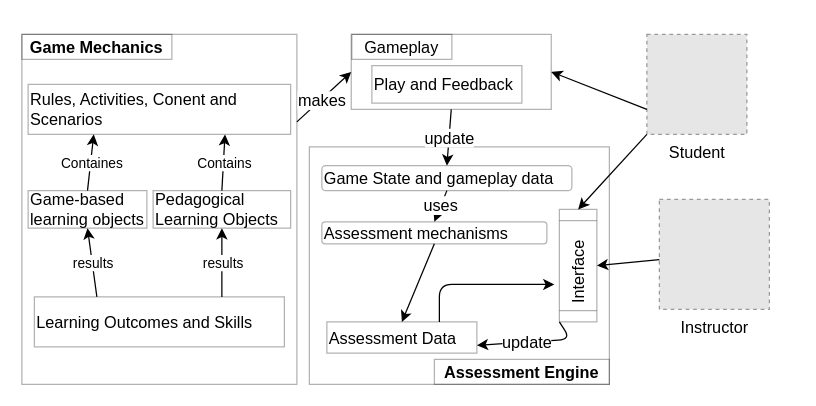
Before: page "LASGD" (4 of 5) of TheModel.drawio in Kibolabs/Diagrams, a draw.io diagram. Source tidied: cells renumbered, new cells numbered last; positions are measured from the earlier drawing's top-left corner, leaving out a move shared by most shapes. Both pictures are drawn from the tidied source at 125%, with x=0, y=0 at pixel (21, 34). Pictures stored in the file or linked from it are replaced by grey dashed boxes.
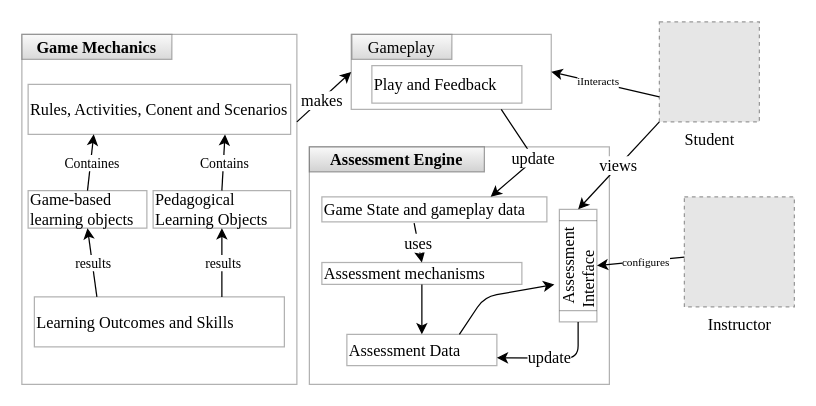
After the change.

The edit, as a diff of the source:
```diff
@@
-    <mxCell id="2" style="rounded=0;whiteSpace=wrap;html=1;fontSize=13;strokeWidth=1;fillColor=none;align=left;opacity=30;" parent="1" vertex="1">
+    <mxCell id="2" style="rounded=0;whiteSpace=wrap;html=1;fontSize=13;strokeWidth=1;fillColor=none;align=left;opacity=30;fontFamily=Times New Roman;" parent="1" vertex="1">
       <mxGeometry x="263.5" width="160" height="60" as="geometry" />
     </mxCell>
-    <mxCell id="3" style="rounded=0;whiteSpace=wrap;html=1;fontSize=13;strokeWidth=1;fillColor=none;align=left;opacity=30;" parent="1" vertex="1">
+    <mxCell id="3" style="rounded=0;whiteSpace=wrap;html=1;fontSize=13;strokeWidth=1;fillColor=none;align=left;opacity=30;fontFamily=Times New Roman;" parent="1" vertex="1">
       <mxGeometry x="230" y="90" width="240" height="190" as="geometry" />
     </mxCell>
-    <mxCell id="4" style="rounded=0;whiteSpace=wrap;html=1;fontSize=13;strokeWidth=1;align=left;opacity=30;fillColor=none;" parent="1" vertex="1">
+    <mxCell id="4" style="rounded=0;whiteSpace=wrap;html=1;fontSize=13;strokeWidth=1;align=left;opacity=30;fillColor=none;fontFamily=Times New Roman;" parent="1" vertex="1">
       <mxGeometry width="220" height="280" as="geometry" />
     </mxCell>
-    <mxCell id="5" value="Game Mechanics" style="text;html=1;fillColor=none;align=center;verticalAlign=middle;whiteSpace=wrap;rounded=0;fontSize=13;opacity=30;fontStyle=1;strokeColor=#000000;" parent="1" vertex="1">
+    <mxCell id="5" value="Game Mechanics" style="text;html=1;align=center;verticalAlign=middle;whiteSpace=wrap;rounded=0;fontSize=13;opacity=50;fontStyle=1;strokeColor=#666666;fontFamily=Times New Roman;fillColor=#f5f5f5;gradientColor=#b3b3b3;" parent="1" vertex="1">
       <mxGeometry width="120" height="20" as="geometry" />
     </mxCell>
-    <mxCell id="6" value="Rules, Activities, Conent and Scenarios" style="rounded=0;whiteSpace=wrap;html=1;fontSize=13;strokeWidth=1;fillColor=none;align=left;opacity=30;" parent="1" vertex="1">
+    <mxCell id="6" value="Rules, Activities, Conent and Scenarios" style="rounded=0;whiteSpace=wrap;html=1;fontSize=13;strokeWidth=1;fillColor=none;align=left;opacity=30;fontFamily=Times New Roman;" parent="1" vertex="1">
       <mxGeometry x="5" y="40" width="210" height="40" as="geometry" />
     </mxCell>
-    <mxCell id="7" value="Game-based learning objects" style="rounded=0;whiteSpace=wrap;html=1;fontSize=13;strokeWidth=1;fillColor=none;align=left;opacity=30;" parent="1" vertex="1">
+    <mxCell id="7" value="Game-based learning objects" style="rounded=0;whiteSpace=wrap;html=1;fontSize=13;strokeWidth=1;fillColor=none;align=left;opacity=30;fontFamily=Times New Roman;" parent="1" vertex="1">
       <mxGeometry x="5" y="125" width="95" height="30" as="geometry" />
     </mxCell>
-    <mxCell id="8" value="Pedagogical Learning Objects" style="rounded=0;whiteSpace=wrap;html=1;fontSize=13;strokeWidth=1;fillColor=none;align=left;opacity=30;" parent="1" vertex="1">
+    <mxCell id="8" value="Pedagogical Learning Objects" style="rounded=0;whiteSpace=wrap;html=1;fontSize=13;strokeWidth=1;fillColor=none;align=left;opacity=30;fontFamily=Times New Roman;" parent="1" vertex="1">
       <mxGeometry x="105" y="125" width="110" height="30" as="geometry" />
     </mxCell>
-    <mxCell id="9" value="Learning Outcomes and Skills" style="rounded=0;whiteSpace=wrap;html=1;fontSize=13;strokeWidth=1;fillColor=none;align=left;opacity=30;" parent="1" vertex="1">
+    <mxCell id="9" value="Learning Outcomes and Skills" style="rounded=0;whiteSpace=wrap;html=1;fontSize=13;strokeWidth=1;fillColor=none;align=left;opacity=30;fontFamily=Times New Roman;" parent="1" vertex="1">
       <mxGeometry x="10" y="210" width="200" height="40" as="geometry" />
     </mxCell>
-    <mxCell id="10" value="Game State and gameplay data" style="rounded=1;whiteSpace=wrap;html=1;fontSize=13;strokeWidth=1;fillColor=none;align=left;opacity=30;" parent="1" vertex="1">
-      <mxGeometry x="240" y="105" width="200" height="20" as="geometry" />
+    <mxCell id="10" value="Game State and gameplay data" style="rounded=0;whiteSpace=wrap;html=1;fontSize=13;strokeWidth=1;fillColor=none;align=left;opacity=30;fontFamily=Times New Roman;" parent="1" vertex="1">
+      <mxGeometry x="240" y="130" width="180" height="20" as="geometry" />
     </mxCell>
-    <mxCell id="11" value="Assessment mechanisms" style="rounded=1;whiteSpace=wrap;html=1;fontSize=13;strokeWidth=1;fillColor=none;align=left;opacity=30;" parent="1" vertex="1">
-      <mxGeometry x="240" y="150" width="180" height="17.5" as="geometry" />
+    <mxCell id="11" value="Assessment mechanisms" style="rounded=0;whiteSpace=wrap;html=1;fontSize=13;strokeWidth=1;fillColor=none;align=left;opacity=30;fontFamily=Times New Roman;" parent="1" vertex="1">
+      <mxGeometry x="240" y="182.5" width="160" height="17.5" as="geometry" />
     </mxCell>
-    <mxCell id="12" value="&amp;nbsp;Interface" style="shape=process;whiteSpace=wrap;html=1;backgroundOutline=1;fontSize=13;strokeWidth=1;fillColor=none;align=left;opacity=30;rotation=-90;" parent="1" vertex="1">
+    <mxCell id="12" value="&amp;nbsp;Assessment Interface" style="shape=process;whiteSpace=wrap;html=1;backgroundOutline=1;fontSize=13;strokeWidth=1;fillColor=none;align=left;opacity=30;rotation=-90;fontFamily=Times New Roman;" parent="1" vertex="1">
       <mxGeometry x="400" y="170" width="90" height="30" as="geometry" />
     </mxCell>
-    <mxCell id="13" value="Assessment Data" style="rounded=0;whiteSpace=wrap;html=1;fontSize=13;strokeWidth=1;fillColor=none;align=left;opacity=30;" parent="1" vertex="1">
-      <mxGeometry x="244" y="230" width="120" height="25" as="geometry" />
+    <mxCell id="13" value="Assessment Data" style="rounded=0;whiteSpace=wrap;html=1;fontSize=13;strokeWidth=1;fillColor=none;align=left;opacity=30;fontFamily=Times New Roman;" parent="1" vertex="1">
+      <mxGeometry x="260" y="240" width="120" height="25" as="geometry" />
     </mxCell>
-    <mxCell id="14" value="Play and Feedback" style="rounded=0;whiteSpace=wrap;html=1;fontSize=13;strokeWidth=1;fillColor=none;align=left;opacity=30;" parent="1" vertex="1">
+    <mxCell id="14" value="Play and Feedback" style="rounded=0;whiteSpace=wrap;html=1;fontSize=13;strokeWidth=1;fillColor=none;align=left;opacity=30;fontFamily=Times New Roman;" parent="1" vertex="1">
       <mxGeometry x="280" y="25" width="120" height="30" as="geometry" />
     </mxCell>
-    <mxCell id="15" value="Instructor" style="fillColor=#E6E6E6;strokeColor=#999999;dashed=1;html=1;verticalAlign=top;verticalLabelPosition=bottom;labelBackgroundColor=#ffffff;fontSize=13;" parent="1" vertex="1">
-      <mxGeometry x="510" y="132" width="88" height="88" as="geometry" />
+    <mxCell id="15" value="Instructor" style="fillColor=#E6E6E6;strokeColor=#999999;dashed=1;html=1;verticalAlign=top;verticalLabelPosition=bottom;labelBackgroundColor=#ffffff;fontSize=13;fontFamily=Times New Roman;" parent="1" vertex="1">
+      <mxGeometry x="530" y="130" width="88" height="88" as="geometry" />
     </mxCell>
-    <mxCell id="16" value="Student" style="fillColor=#E6E6E6;strokeColor=#999999;dashed=1;html=1;verticalAlign=top;verticalLabelPosition=bottom;labelBackgroundColor=#ffffff;fontSize=13;" parent="1" vertex="1">
-      <mxGeometry x="500" width="80" height="80" as="geometry" />
+    <mxCell id="16" value="Student" style="fillColor=#E6E6E6;strokeColor=#999999;dashed=1;html=1;verticalAlign=top;verticalLabelPosition=bottom;labelBackgroundColor=#ffffff;fontSize=13;fontFamily=Times New Roman;" parent="1" vertex="1">
+      <mxGeometry x="510" y="-10" width="80" height="80" as="geometry" />
     </mxCell>
-    <mxCell id="17" style="endArrow=classic;html=1;fontSize=13;fillColor=#000000;exitX=0.75;exitY=0;exitDx=0;exitDy=0;entryX=0.5;entryY=1;entryDx=0;entryDy=0;" parent="1" edge="1" source="9" target="8">
+    <mxCell id="17" style="endArrow=classic;html=1;fontSize=13;fillColor=#000000;exitX=0.75;exitY=0;exitDx=0;exitDy=0;entryX=0.5;entryY=1;entryDx=0;entryDy=0;fontFamily=Times New Roman;" parent="1" edge="1" source="9" target="8">
       <mxGeometry relative="1" as="geometry" />
     </mxCell>
-    <mxCell id="18" value="results" style="edgeLabel;html=1;align=center;verticalAlign=middle;" parent="17" vertex="1">
+    <mxCell id="18" value="results" style="edgeLabel;html=1;align=center;verticalAlign=middle;fontFamily=Times New Roman;" parent="17" vertex="1">
       <mxGeometry relative="1" as="geometry" />
     </mxCell>
-    <mxCell id="19" style="endArrow=classic;html=1;fontSize=13;fillColor=#000000;exitX=0.25;exitY=0;exitDx=0;exitDy=0;entryX=0.5;entryY=1;entryDx=0;entryDy=0;" parent="1" edge="1" source="9" target="7">
+    <mxCell id="19" style="endArrow=classic;html=1;fontSize=13;fillColor=#000000;exitX=0.25;exitY=0;exitDx=0;exitDy=0;entryX=0.5;entryY=1;entryDx=0;entryDy=0;fontFamily=Times New Roman;" parent="1" edge="1" source="9" target="7">
       <mxGeometry relative="1" as="geometry" />
     </mxCell>
-    <mxCell id="20" value="results" style="edgeLabel;html=1;align=center;verticalAlign=middle;" parent="19" vertex="1">
+    <mxCell id="20" value="results" style="edgeLabel;html=1;align=center;verticalAlign=middle;fontFamily=Times New Roman;" parent="19" vertex="1">
       <mxGeometry relative="1" as="geometry" />
     </mxCell>
-    <mxCell id="21" style="endArrow=classic;html=1;fontSize=13;fillColor=#000000;exitX=0.5;exitY=0;exitDx=0;exitDy=0;entryX=0.25;entryY=1;entryDx=0;entryDy=0;" parent="1" edge="1" source="7" target="6">
+    <mxCell id="21" style="endArrow=classic;html=1;fontSize=13;fillColor=#000000;exitX=0.5;exitY=0;exitDx=0;exitDy=0;entryX=0.25;entryY=1;entryDx=0;entryDy=0;fontFamily=Times New Roman;" parent="1" edge="1" source="7" target="6">
       <mxGeometry relative="1" as="geometry" />
     </mxCell>
-    <mxCell id="22" value="Containes" style="edgeLabel;html=1;align=center;verticalAlign=middle;" parent="21" vertex="1">
+    <mxCell id="22" value="Containes" style="edgeLabel;html=1;align=center;verticalAlign=middle;fontFamily=Times New Roman;" parent="21" vertex="1">
       <mxGeometry relative="1" as="geometry" />
     </mxCell>
-    <mxCell id="23" style="endArrow=classic;html=1;fontSize=13;fillColor=#000000;exitX=0.5;exitY=0;exitDx=0;exitDy=0;entryX=0.75;entryY=1;entryDx=0;entryDy=0;" parent="1" edge="1" source="8" target="6">
+    <mxCell id="23" style="endArrow=classic;html=1;fontSize=13;fillColor=#000000;exitX=0.5;exitY=0;exitDx=0;exitDy=0;entryX=0.75;entryY=1;entryDx=0;entryDy=0;fontFamily=Times New Roman;" parent="1" edge="1" source="8" target="6">
       <mxGeometry relative="1" as="geometry" />
     </mxCell>
-    <mxCell id="24" value="Contains" style="edgeLabel;html=1;align=center;verticalAlign=middle;" parent="23" vertex="1">
+    <mxCell id="24" value="Contains" style="edgeLabel;html=1;align=center;verticalAlign=middle;fontFamily=Times New Roman;" parent="23" vertex="1">
       <mxGeometry relative="1" as="geometry" />
     </mxCell>
-    <mxCell id="25" style="endArrow=classic;html=1;fontSize=13;fillColor=#000000;exitX=1;exitY=0.25;exitDx=0;exitDy=0;entryX=0;entryY=0.5;entryDx=0;entryDy=0;" parent="1" edge="1" source="4" target="2">
+    <mxCell id="25" style="endArrow=classic;html=1;fontSize=13;fillColor=#000000;exitX=1;exitY=0.25;exitDx=0;exitDy=0;entryX=0;entryY=0.5;entryDx=0;entryDy=0;fontFamily=Times New Roman;" parent="1" edge="1" source="4" target="2">
       <mxGeometry relative="1" as="geometry" />
     </mxCell>
-    <mxCell id="26" value="makes" style="edgeLabel;html=1;align=center;verticalAlign=middle;fontSize=13;" parent="25" vertex="1">
+    <mxCell id="26" value="makes" style="edgeLabel;html=1;align=center;verticalAlign=middle;fontSize=13;fontFamily=Times New Roman;" parent="25" vertex="1">
       <mxGeometry x="-0.11" relative="1" as="geometry" />
     </mxCell>
-    <mxCell id="27" value="Gameplay" style="text;html=1;fillColor=none;align=center;verticalAlign=middle;whiteSpace=wrap;rounded=0;fontSize=13;opacity=30;rotation=0;strokeColor=#000000;" parent="1" vertex="1">
+    <mxCell id="27" value="Gameplay" style="text;html=1;align=center;verticalAlign=middle;whiteSpace=wrap;rounded=0;fontSize=13;opacity=50;rotation=0;strokeColor=#666666;fontFamily=Times New Roman;fillColor=#f5f5f5;gradientColor=#b3b3b3;" parent="1" vertex="1">
       <mxGeometry x="264" width="80" height="20" as="geometry" />
     </mxCell>
-    <mxCell id="28" style="endArrow=classic;html=1;fontSize=13;fillColor=#000000;exitX=0;exitY=0.75;exitDx=0;exitDy=0;entryX=1;entryY=0.5;entryDx=0;entryDy=0;" parent="1" edge="1" source="16" target="2">
+    <mxCell id="28" style="endArrow=classic;html=1;fontSize=13;fillColor=#000000;exitX=0;exitY=0.75;exitDx=0;exitDy=0;entryX=1;entryY=0.5;entryDx=0;entryDy=0;fontFamily=Times New Roman;" parent="1" edge="1" source="16" target="2">
       <mxGeometry relative="1" as="geometry" />
     </mxCell>
+    <mxCell id="38" value="iInteracts" style="edgeLabel;html=1;align=center;verticalAlign=middle;fontSize=9;fontFamily=Times New Roman;" parent="28" vertex="1">
+      <mxGeometry x="0.16" y="-1" relative="1" as="geometry" />
+    </mxCell>
-    <mxCell id="29" style="endArrow=classic;html=1;fontSize=13;fillColor=#000000;exitX=0;exitY=1;exitDx=0;exitDy=0;entryX=1;entryY=0.5;entryDx=0;entryDy=0;" parent="1" edge="1" source="16" target="12">
+    <mxCell id="29" value="views" style="endArrow=classic;html=1;fontSize=13;fillColor=#000000;exitX=0;exitY=1;exitDx=0;exitDy=0;entryX=1;entryY=0.5;entryDx=0;entryDy=0;fontFamily=Times New Roman;" parent="1" edge="1" source="16" target="12">
       <mxGeometry relative="1" as="geometry" />
     </mxCell>
-    <mxCell id="30" style="endArrow=classic;html=1;fontSize=13;fillColor=#000000;entryX=0.5;entryY=1;entryDx=0;entryDy=0;" parent="1" edge="1" source="15" target="12">
+    <mxCell id="30" style="endArrow=classic;html=1;fontSize=13;fillColor=#000000;entryX=0.5;entryY=1;entryDx=0;entryDy=0;fontFamily=Times New Roman;" parent="1" edge="1" source="15" target="12">
       <mxGeometry relative="1" as="geometry" />
     </mxCell>
+    <mxCell id="39" value="configures" style="edgeLabel;html=1;align=center;verticalAlign=middle;fontSize=9;fontFamily=Times New Roman;" parent="30" vertex="1">
+      <mxGeometry x="-0.08" y="1" relative="1" as="geometry" />
+    </mxCell>
-    <mxCell id="31" style="endArrow=classic;html=1;fontSize=13;fillColor=#000000;exitX=0.75;exitY=0;exitDx=0;exitDy=0;entryX=0.333;entryY=-0.133;entryDx=0;entryDy=0;entryPerimeter=0;" parent="1" edge="1" source="13" target="12">
+    <mxCell id="31" style="endArrow=classic;html=1;fontSize=13;fillColor=#000000;exitX=0.75;exitY=0;exitDx=0;exitDy=0;entryX=0.333;entryY=-0.133;entryDx=0;entryDy=0;entryPerimeter=0;fontFamily=Times New Roman;" parent="1" edge="1" source="13" target="12">
       <mxGeometry relative="1" as="geometry">
         <Array as="points">
-          <mxPoint x="334" y="200" />
+          <mxPoint x="370" y="210" />
         </Array>
       </mxGeometry>
     </mxCell>
-    <mxCell id="32" style="endArrow=classic;html=1;fontSize=13;fillColor=#000000;entryX=1;entryY=0.75;entryDx=0;entryDy=0;exitX=0;exitY=0;exitDx=0;exitDy=0;" parent="1" edge="1" source="12" target="13">
+    <mxCell id="32" style="endArrow=classic;html=1;fontSize=13;fillColor=#000000;entryX=1;entryY=0.75;entryDx=0;entryDy=0;exitX=0;exitY=0.5;exitDx=0;exitDy=0;fontFamily=Times New Roman;" parent="1" edge="1" source="12" target="13">
       <mxGeometry relative="1" as="geometry">
         <Array as="points">
-          <mxPoint x="439" y="244" />
+          <mxPoint x="445" y="259" />
         </Array>
       </mxGeometry>
     </mxCell>
-    <mxCell id="33" value="update" style="edgeLabel;html=1;align=center;verticalAlign=middle;fontSize=13;" parent="32" vertex="1">
+    <mxCell id="33" value="update" style="edgeLabel;html=1;align=center;verticalAlign=middle;fontSize=13;fontFamily=Times New Roman;" parent="32" vertex="1">
       <mxGeometry x="0.13" y="-1" relative="1" as="geometry" />
     </mxCell>
-    <mxCell id="34" style="endArrow=classic;html=1;fontSize=13;fillColor=#000000;exitX=0.5;exitY=1;exitDx=0;exitDy=0;entryX=0.5;entryY=0;entryDx=0;entryDy=0;" parent="1" edge="1" source="11" target="13">
+    <mxCell id="34" style="endArrow=classic;html=1;fontSize=13;fillColor=#000000;exitX=0.5;exitY=1;exitDx=0;exitDy=0;entryX=0.5;entryY=0;entryDx=0;entryDy=0;fontFamily=Times New Roman;" parent="1" edge="1" source="11" target="13">
       <mxGeometry relative="1" as="geometry" />
     </mxCell>
-    <mxCell id="35" value="update" style="endArrow=classic;html=1;fontSize=13;fillColor=#000000;exitX=0.5;exitY=1;exitDx=0;exitDy=0;entryX=0.5;entryY=0;entryDx=0;entryDy=0;" parent="1" edge="1" source="2" target="10">
-      <mxGeometry relative="1" as="geometry" />
+    <mxCell id="35" value="update" style="endArrow=classic;html=1;fontSize=13;fillColor=#000000;exitX=0.75;exitY=1;exitDx=0;exitDy=0;entryX=0.75;entryY=0;entryDx=0;entryDy=0;fontFamily=Times New Roman;" parent="1" edge="1" source="2" target="10">
+      <mxGeometry relative="1" as="geometry">
+        <Array as="points">
+          <mxPoint x="410" y="100" />
+        </Array>
+      </mxGeometry>
     </mxCell>
-    <mxCell id="36" value="Assessment Engine" style="text;html=1;fillColor=none;align=center;verticalAlign=middle;whiteSpace=wrap;rounded=0;fontSize=13;opacity=30;fontStyle=1;strokeColor=#000000;" parent="1" vertex="1">
-      <mxGeometry x="330" y="260" width="140" height="20" as="geometry" />
+    <mxCell id="36" value="Assessment Engine" style="text;html=1;align=center;verticalAlign=middle;whiteSpace=wrap;rounded=0;fontSize=13;opacity=60;fontStyle=1;strokeColor=#666666;fontFamily=Times New Roman;gradientColor=#b3b3b3;fillColor=#f5f5f5;" parent="1" vertex="1">
+      <mxGeometry x="230" y="90" width="140" height="20" as="geometry" />
     </mxCell>
-    <mxCell id="37" value="uses" style="endArrow=classic;html=1;fontSize=13;fillColor=#000000;exitX=0.5;exitY=1;exitDx=0;exitDy=0;entryX=0.5;entryY=0;entryDx=0;entryDy=0;" parent="1" edge="1" source="10" target="11">
+    <mxCell id="37" value="uses" style="endArrow=classic;html=1;fontSize=13;fillColor=#000000;exitX=0.41;exitY=1.05;exitDx=0;exitDy=0;entryX=0.5;entryY=0;entryDx=0;entryDy=0;fontFamily=Times New Roman;exitPerimeter=0;" parent="1" edge="1" source="10" target="11">
       <mxGeometry relative="1" as="geometry" />
     </mxCell>
```
